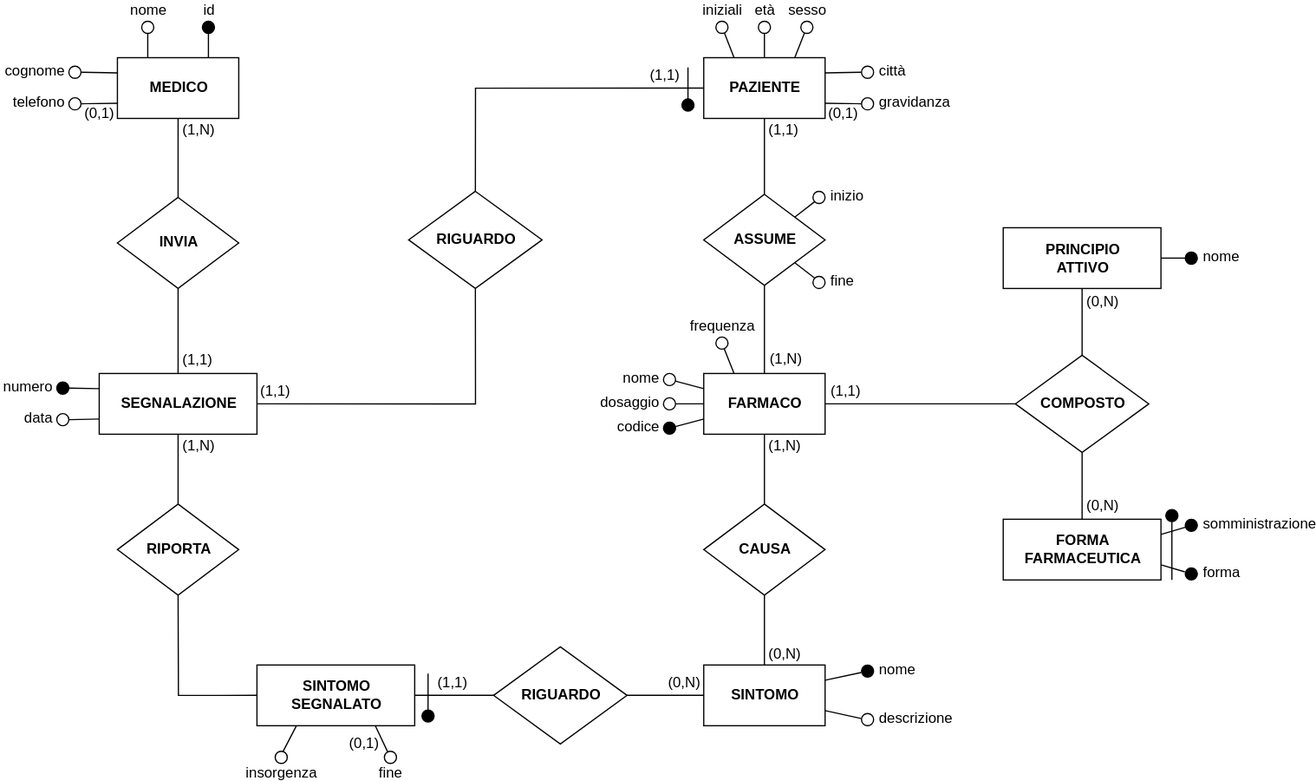
This is schematics/er-diagram.svg from MatteoCarnelos/DB-SEA, a draw.io export, as it was before one commit. Source tidied: cells renumbered, new cells last; positions are measured from the earlier drawing's top-left corner, leaving out a move shared by most shapes.
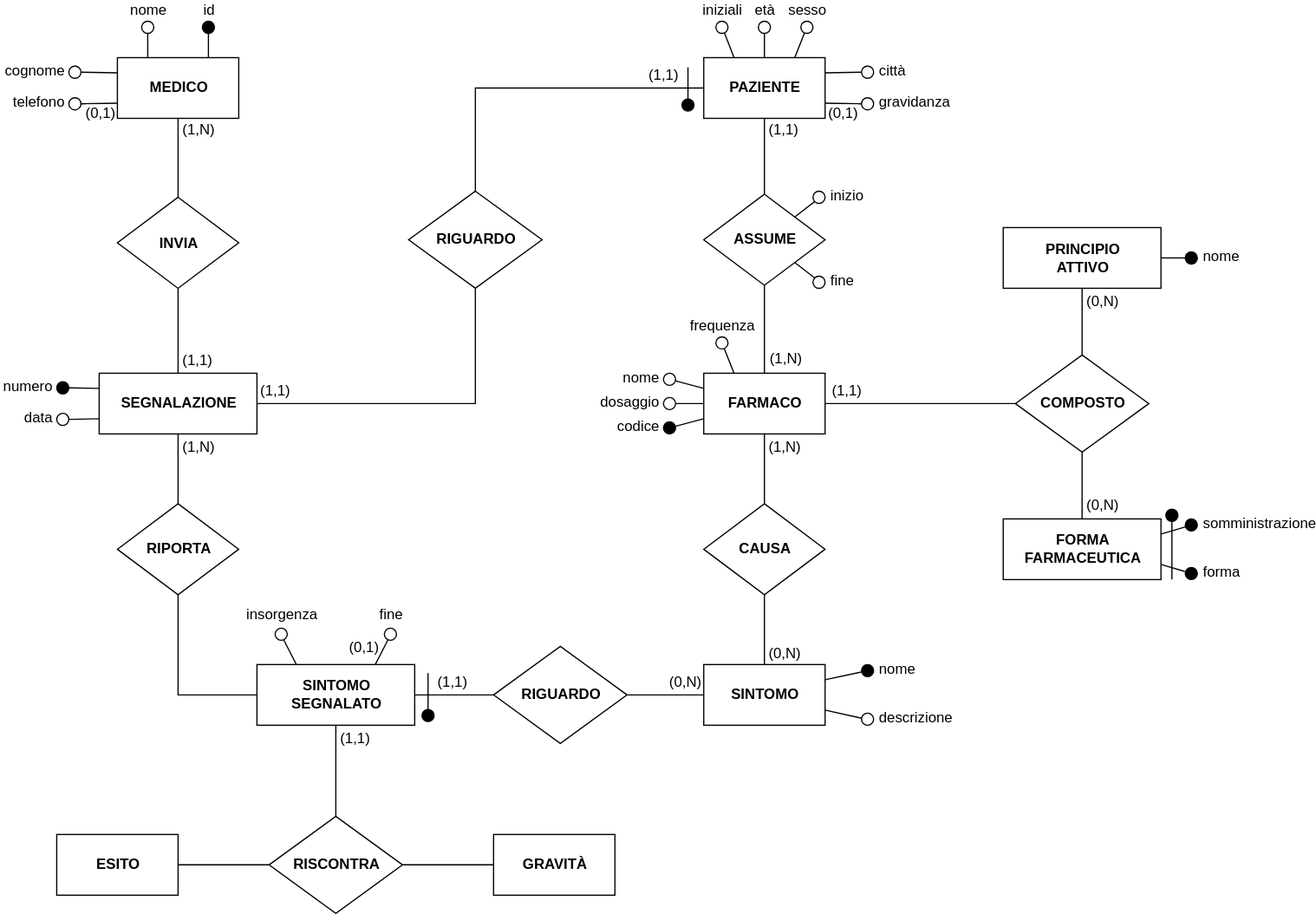
Later version of the same file.

Diff of the diagram source:
```diff
@@ -251,32 +251,18 @@
     <mxCell id="76" value="&lt;b&gt;SINTOMO&lt;br&gt;&lt;/b&gt;" style="rounded=0;whiteSpace=wrap;html=1;fillColor=#ffffff;" parent="1" vertex="1">
       <mxGeometry x="533.2" y="530" width="100" height="50" as="geometry" />
     </mxCell>
-    <mxCell id="77" style="edgeStyle=none;rounded=0;comic=0;jumpStyle=none;jumpSize=6;jettySize=auto;html=1;exitX=0.75;exitY=1;exitDx=0;exitDy=0;entryX=0.279;entryY=0.065;entryDx=0;entryDy=0;endArrow=none;endFill=0;entryPerimeter=0;" parent="1" edge="1" source="81" target="84">
-      <mxGeometry relative="1" as="geometry" />
-    </mxCell>
-    <mxCell id="78" value="(0,1)" style="text;html=1;align=right;verticalAlign=middle;labelBackgroundColor=#ffffff;labelPosition=left;verticalLabelPosition=middle;spacing=6;" parent="77" vertex="1">
-      <mxGeometry x="0.17" y="-1" relative="1" as="geometry">
-        <mxPoint x="2.4" y="1.9" as="offset" />
-      </mxGeometry>
-    </mxCell>
     <mxCell id="79" style="edgeStyle=orthogonalEdgeStyle;rounded=0;comic=0;jumpStyle=none;jumpSize=6;jettySize=auto;html=1;exitX=1;exitY=0.5;exitDx=0;exitDy=0;entryX=0;entryY=0.5;entryDx=0;entryDy=0;endArrow=none;endFill=0;" parent="1" edge="1" source="81" target="96">
       <mxGeometry relative="1" as="geometry" />
     </mxCell>
     <mxCell id="80" value="(1,1)" style="text;html=1;align=center;verticalAlign=bottom;labelBackgroundColor=#ffffff;labelPosition=center;verticalLabelPosition=top;spacing=4;" parent="79" vertex="1">
       <mxGeometry x="-0.07" relative="1" as="geometry" />
     </mxCell>
+    <mxCell id="103" style="rounded=0;comic=0;jumpStyle=none;jumpSize=6;jettySize=auto;html=1;exitX=0.25;exitY=0;exitDx=0;exitDy=0;entryX=0.711;entryY=0.972;entryDx=0;entryDy=0;endArrow=none;endFill=0;entryPerimeter=0;" parent="1" edge="1" source="81" target="83">
+      <mxGeometry relative="1" as="geometry" />
+    </mxCell>
     <mxCell id="81" value="&lt;b&gt;SINTOMO&lt;br&gt;SEGNALATO&lt;br&gt;&lt;/b&gt;" style="whiteSpace=wrap;html=1;align=center;" parent="1" vertex="1">
       <mxGeometry x="165" y="530" width="130" height="50" as="geometry" />
     </mxCell>
-    <mxCell id="82" style="edgeStyle=none;rounded=0;comic=0;jumpStyle=none;jumpSize=6;jettySize=auto;html=1;exitX=0.647;exitY=0.031;exitDx=0;exitDy=0;entryX=0.25;entryY=1;entryDx=0;entryDy=0;endArrow=none;endFill=0;exitPerimeter=0;" parent="1" edge="1" source="83" target="81">
-      <mxGeometry relative="1" as="geometry" />
-    </mxCell>
-    <mxCell id="83" value="insorgenza" style="ellipse;whiteSpace=wrap;html=1;fillColor=#ffffff;labelPosition=center;verticalLabelPosition=middle;align=center;verticalAlign=top;spacing=6;" parent="1" vertex="1">
-      <mxGeometry x="180" y="601" width="10" height="10" as="geometry" />
-    </mxCell>
-    <mxCell id="84" value="fine" style="ellipse;whiteSpace=wrap;html=1;fillColor=#ffffff;labelPosition=center;verticalLabelPosition=middle;align=center;verticalAlign=top;spacing=6;" parent="1" vertex="1">
-      <mxGeometry x="270" y="601" width="10" height="10" as="geometry" />
-    </mxCell>
     <mxCell id="85" style="edgeStyle=none;rounded=0;comic=0;jumpStyle=none;jumpSize=6;jettySize=auto;html=1;exitX=-0.024;exitY=0.619;exitDx=0;exitDy=0;entryX=1;entryY=0.25;entryDx=0;entryDy=0;endArrow=none;endFill=0;exitPerimeter=0;" parent="1" edge="1" source="86" target="76">
       <mxGeometry relative="1" as="geometry" />
     </mxCell>
@@ -341,5 +327,42 @@
     <mxCell id="102" value="&lt;b&gt;RIPORTA&lt;/b&gt;" style="rhombus;whiteSpace=wrap;html=1;" parent="1" vertex="1">
       <mxGeometry x="50" y="397.5" width="100" height="75" as="geometry" />
     </mxCell>
+    <mxCell id="104" style="edgeStyle=orthogonalEdgeStyle;rounded=0;comic=0;jumpStyle=none;jumpSize=6;jettySize=auto;html=1;exitX=1;exitY=0.5;exitDx=0;exitDy=0;entryX=0;entryY=0.5;entryDx=0;entryDy=0;endArrow=none;endFill=0;" parent="1" edge="1" source="105" target="109">
+      <mxGeometry relative="1" as="geometry" />
+    </mxCell>
+    <mxCell id="105" value="&lt;b&gt;ESITO&lt;br&gt;&lt;/b&gt;" style="rounded=0;whiteSpace=wrap;html=1;fillColor=#ffffff;" parent="1" vertex="1">
+      <mxGeometry y="670" width="100" height="50" as="geometry" />
+    </mxCell>
+    <mxCell id="106" style="edgeStyle=orthogonalEdgeStyle;rounded=0;comic=0;jumpStyle=none;jumpSize=6;jettySize=auto;html=1;exitX=0.5;exitY=0;exitDx=0;exitDy=0;entryX=0.5;entryY=1;entryDx=0;entryDy=0;endArrow=none;endFill=0;" parent="1" edge="1" source="109" target="81">
+      <mxGeometry relative="1" as="geometry" />
+    </mxCell>
+    <mxCell id="107" value="(1,1)" style="text;html=1;align=left;verticalAlign=middle;labelBackgroundColor=#ffffff;labelPosition=right;verticalLabelPosition=middle;spacing=4;" parent="106" vertex="1">
+      <mxGeometry x="0.07" relative="1" as="geometry">
+        <mxPoint y="-25" as="offset" />
+      </mxGeometry>
+    </mxCell>
+    <mxCell id="108" style="edgeStyle=orthogonalEdgeStyle;rounded=0;comic=0;jumpStyle=none;jumpSize=6;jettySize=auto;html=1;exitX=1;exitY=0.5;exitDx=0;exitDy=0;entryX=0;entryY=0.5;entryDx=0;entryDy=0;endArrow=none;endFill=0;" parent="1" edge="1" source="109" target="110">
+      <mxGeometry relative="1" as="geometry" />
+    </mxCell>
+    <mxCell id="109" value="RISCONTRA" style="rhombus;whiteSpace=wrap;html=1;fillColor=#ffffff;fontStyle=1;" parent="1" vertex="1">
+      <mxGeometry x="175" y="655" width="110" height="80" as="geometry" />
+    </mxCell>
+    <mxCell id="110" value="&lt;b&gt;GRAVITÀ&lt;br&gt;&lt;/b&gt;" style="rounded=0;whiteSpace=wrap;html=1;fillColor=#ffffff;" parent="1" vertex="1">
+      <mxGeometry x="360" y="670" width="100" height="50" as="geometry" />
+    </mxCell>
+    <mxCell id="83" value="insorgenza" style="ellipse;whiteSpace=wrap;html=1;fillColor=#ffffff;labelPosition=center;verticalLabelPosition=top;align=center;verticalAlign=bottom;spacing=4;" parent="1" vertex="1">
+      <mxGeometry x="180" y="500" width="10" height="10" as="geometry" />
+    </mxCell>
+    <mxCell id="111" style="edgeStyle=none;rounded=0;comic=0;jumpStyle=none;jumpSize=6;jettySize=auto;html=1;exitX=0.3;exitY=0.955;exitDx=0;exitDy=0;entryX=0.75;entryY=0;entryDx=0;entryDy=0;endArrow=none;endFill=0;exitPerimeter=0;" parent="1" edge="1" source="84" target="81">
+      <mxGeometry relative="1" as="geometry" />
+    </mxCell>
+    <mxCell id="78" value="(0,1)" style="text;html=1;align=right;verticalAlign=middle;labelBackgroundColor=#ffffff;labelPosition=left;verticalLabelPosition=middle;spacing=6;" parent="111" vertex="1">
+      <mxGeometry x="-0.08" relative="1" as="geometry">
+        <mxPoint x="1.9" y="-4" as="offset" />
+      </mxGeometry>
+    </mxCell>
+    <mxCell id="84" value="fine" style="ellipse;whiteSpace=wrap;html=1;fillColor=#ffffff;labelPosition=center;verticalLabelPosition=top;align=center;verticalAlign=bottom;spacing=4;" parent="1" vertex="1">
+      <mxGeometry x="270" y="500" width="10" height="10" as="geometry" />
+    </mxCell>
   </root>
 </mxGraphModel>
```
